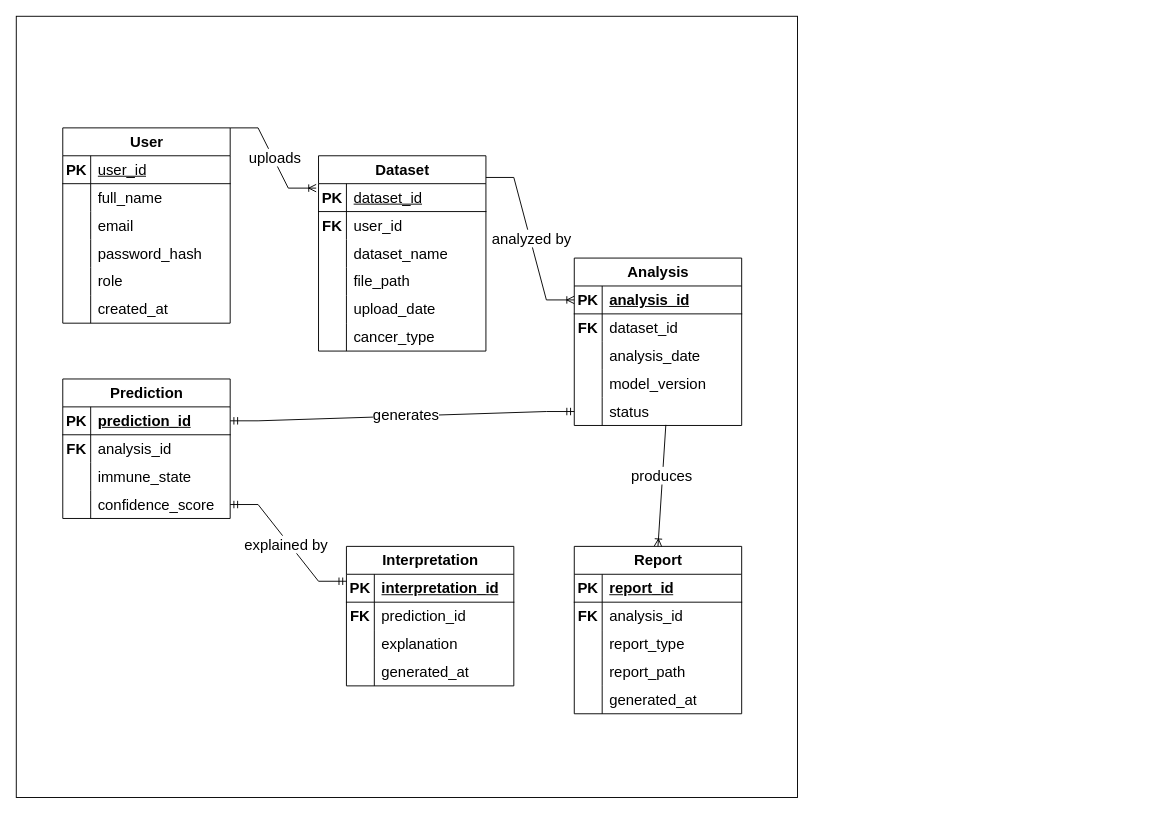
Earlier version of the draw.io diagram ERD.drawio (raja016956/LLM-Assisted-Explainable-AI-for-Multi-Cancer-Immunomics). Source tidied: cells renumbered, new cells numbered last; positions are measured from the earlier drawing's top-left corner, leaving out a move shared by most shapes. Both pictures are drawn from the tidied source at 93%, with x=0, y=0 at pixel (16, 16).
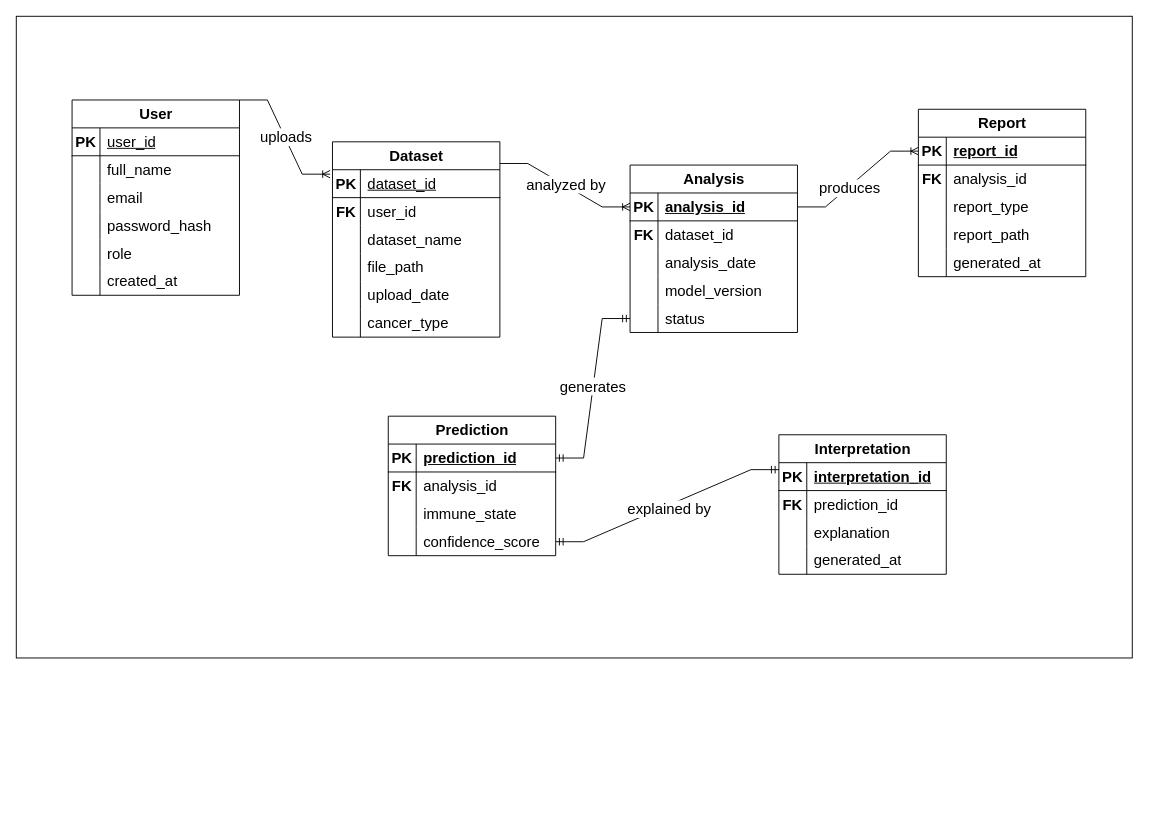
After the change.

The change refers to these unchanged cells:
```xml
<mxCell id="42" style="shape=tableRow;horizontal=0;startSize=0;swimlaneHead=0;swimlaneBody=0;fillColor=none;points=[[0,0.5],[1,0.5]];portConstraint=eastwest;top=0;left=0;right=0;bottom=1;fontSize=16;" parent="41" vertex="1">
  <mxGeometry y="30" width="180" height="30" as="geometry" />
</mxCell>
<mxCell id="54" style="shape=tableRow;horizontal=0;startSize=0;swimlaneHead=0;swimlaneBody=0;fillColor=none;points=[[0,0.5],[1,0.5]];portConstraint=eastwest;top=0;left=0;right=0;bottom=0;fontSize=16;" parent="41" vertex="1">
  <mxGeometry y="150" width="180" height="30" as="geometry" />
</mxCell>
<mxCell id="84" style="shape=tableRow;horizontal=0;startSize=0;swimlaneHead=0;swimlaneBody=0;fillColor=none;points=[[0,0.5],[1,0.5]];portConstraint=eastwest;top=0;left=0;right=0;bottom=1;shadow=0;fontSize=16;" parent="83" vertex="1">
  <mxGeometry y="30" width="180" height="30" as="geometry" />
</mxCell>
```

The edit, as a diff of the source:
```diff
@@
     <mxCell id="2" style="whiteSpace=wrap;html=1;fillColor=light-dark(#FFFFFF,#E6E6E6);shadow=0;fontSize=16;" parent="1" vertex="1">
-      <mxGeometry width="840" height="840" as="geometry" />
+      <mxGeometry width="1200" height="690" as="geometry" />
     </mxCell>
     <mxCell id="3" value="User" style="shape=table;startSize=30;childLayout=tableLayout;rowLines=0;fontStyle=1;align=center;html=1;fontSize=16;" parent="1" vertex="1">
-      <mxGeometry x="50" y="120" width="180" height="210" as="geometry" />
+      <mxGeometry x="60" y="90" width="180" height="210" as="geometry" />
     </mxCell>
@@
     <mxCell id="22" value="Dataset" style="shape=table;startSize=30;childLayout=tableLayout;rowLines=0;fontStyle=1;align=center;html=1;fontSize=16;" parent="1" vertex="1">
-      <mxGeometry x="325" y="150" width="180" height="210" as="geometry" />
+      <mxGeometry x="340" y="135" width="180" height="210" as="geometry" />
     </mxCell>
@@
     <mxCell id="41" value="Analysis" style="shape=table;startSize=30;childLayout=tableLayout;rowLines=0;fontStyle=1;align=center;html=1;fontSize=16;" parent="1" vertex="1">
-      <mxGeometry x="600" y="260" width="180" height="180" as="geometry" />
+      <mxGeometry x="660" y="160" width="180" height="180" as="geometry" />
     </mxCell>
@@
     <mxCell id="57" value="Prediction" style="shape=table;startSize=30;childLayout=tableLayout;rowLines=0;fontStyle=1;align=center;html=1;fontSize=16;" parent="1" vertex="1">
-      <mxGeometry x="50" y="390" width="180" height="150" as="geometry" />
+      <mxGeometry x="400" y="430" width="180" height="150" as="geometry" />
     </mxCell>
@@
     <mxCell id="70" value="Interpretation" style="shape=table;startSize=30;childLayout=tableLayout;rowLines=0;fontStyle=1;align=center;html=1;fontSize=16;" parent="1" vertex="1">
-      <mxGeometry x="355" y="570" width="180" height="150" as="geometry" />
+      <mxGeometry x="820" y="450" width="180" height="150" as="geometry" />
     </mxCell>
@@
     <mxCell id="83" value="Report" style="shape=table;startSize=30;childLayout=tableLayout;rowLines=0;fontStyle=1;align=center;html=1;shadow=0;fontSize=16;" parent="1" vertex="1">
-      <mxGeometry x="600" y="570" width="180" height="180" as="geometry" />
+      <mxGeometry x="970" y="100" width="180" height="180" as="geometry" />
     </mxCell>
@@
-    <mxCell id="105" style="fontSize=16;html=1;endArrow=ERoneToMany;rounded=0;entryX=0.5;entryY=0;entryDx=0;entryDy=0;exitX=0.547;exitY=0.978;exitDx=0;exitDy=0;strokeColor=light-dark(#000000,#000000);elbow=vertical;exitPerimeter=0;" parent="1" edge="1" source="54" target="83">
+    <mxCell id="105" style="fontSize=16;html=1;endArrow=ERoneToMany;rounded=0;entryX=0;entryY=0.5;entryDx=0;entryDy=0;exitX=1;exitY=0.5;exitDx=0;exitDy=0;strokeColor=light-dark(#000000,#000000);elbow=vertical;edgeStyle=entityRelationEdgeStyle;" parent="1" edge="1" source="42" target="84">
       <mxGeometry relative="1" as="geometry" />
     </mxCell>
```
